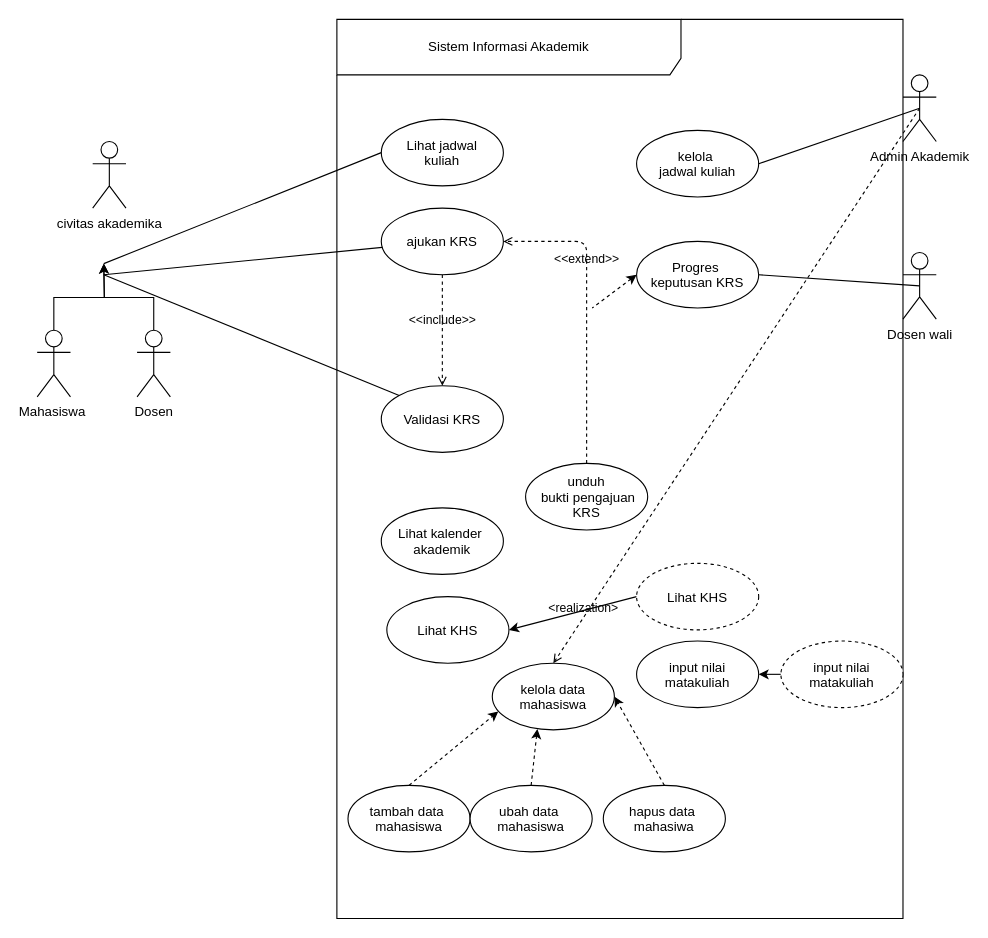
The draw.io diagram 03_latihan_tools/P04/SIA/P04_2406122_SIA_usecase.drawio in amel-imup/-IFRWP5149_2406122_LabAlat, before the edit. Source tidied: cells renumbered, new cells numbered last; positions are measured from the earlier drawing's top-left corner, leaving out a move shared by most shapes. Both pictures are drawn from the tidied source at 111%, with x=0, y=0 at pixel (37, 19).
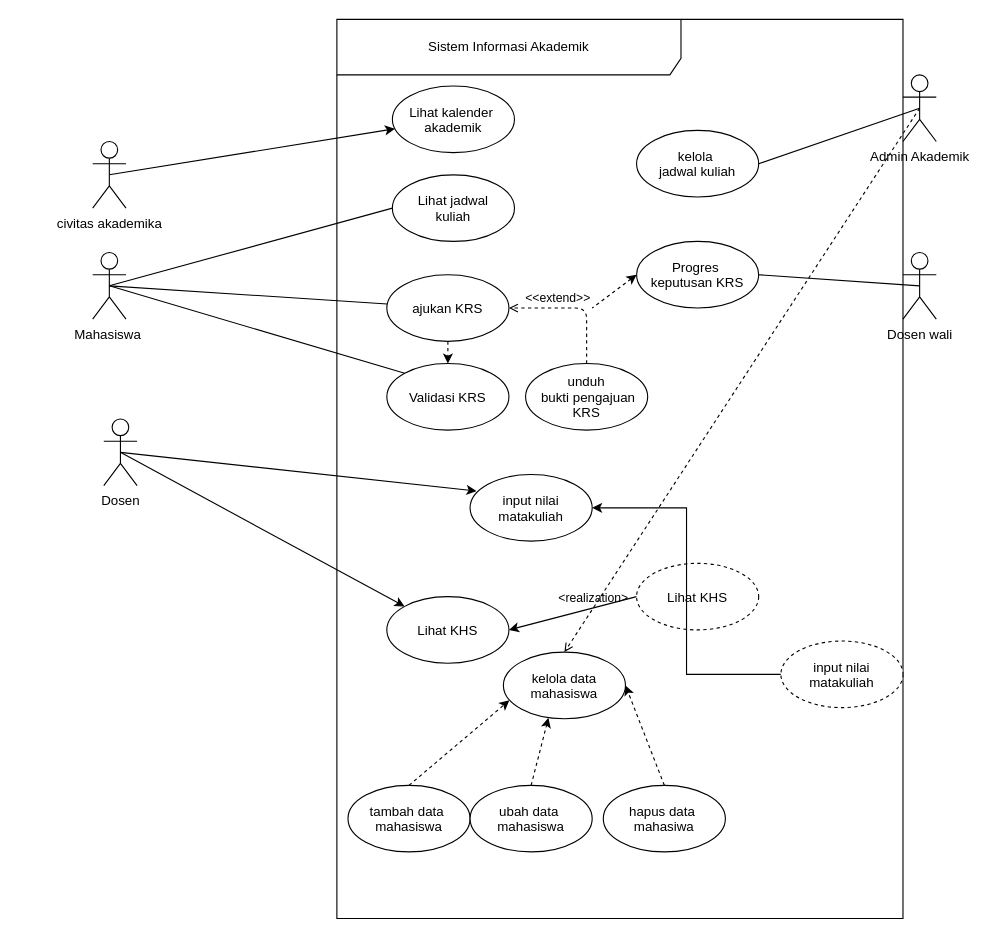
After the change.

The change refers to these unchanged cells:
```xml
<mxCell id="2" value="Sistem Informasi Akademik" style="shape=umlFrame;whiteSpace=wrap;html=1;width=310;height=50;" parent="1" vertex="1">
  <mxGeometry x="270" width="510" height="810" as="geometry" />
</mxCell>
<mxCell id="13" value="Lihat KHS" style="ellipse;" parent="2" vertex="1">
  <mxGeometry x="45" y="520" width="110" height="60" as="geometry" />
</mxCell>
<mxCell id="37" value="&lt;div&gt;civitas akademika&lt;/div&gt;" style="shape=umlActor;verticalLabelPosition=bottom;verticalAlign=top;html=1;outlineConnect=0;" parent="1" vertex="1">
  <mxGeometry x="50" y="110" width="30" height="60" as="geometry" />
</mxCell>
```

What changed in the source:
```diff
@@
     <mxCell id="3" value="Lihat jadwal&#10;kuliah" style="ellipse;" parent="2" vertex="1">
-      <mxGeometry x="40" y="90" width="110" height="60" as="geometry" />
+      <mxGeometry x="50" y="140" width="110" height="60" as="geometry" />
     </mxCell>
@@
+    <mxCell id="11" style="edgeStyle=none;html=1;exitX=0.5;exitY=1;exitDx=0;exitDy=0;entryX=0.5;entryY=0;entryDx=0;entryDy=0;dashed=1;" parent="2" edge="1" source="6" target="7">
+      <mxGeometry relative="1" as="geometry" />
+    </mxCell>
     <mxCell id="6" value="ajukan KRS" style="ellipse;" parent="2" vertex="1">
-      <mxGeometry x="40" y="170" width="110" height="60" as="geometry" />
+      <mxGeometry x="45" y="230" width="110" height="60" as="geometry" />
     </mxCell>
     <mxCell id="7" value="Validasi KRS" style="ellipse;" parent="2" vertex="1">
-      <mxGeometry x="40" y="330" width="110" height="60" as="geometry" />
+      <mxGeometry x="45" y="310" width="110" height="60" as="geometry" />
     </mxCell>
     <mxCell id="8" value="unduh&#10; bukti pengajuan&#10;KRS" style="ellipse;" parent="2" vertex="1">
-      <mxGeometry x="170" y="400" width="110" height="60" as="geometry" />
+      <mxGeometry x="170" y="310" width="110" height="60" as="geometry" />
     </mxCell>
@@
-    <mxCell id="11" value="&amp;lt;&amp;lt;include&amp;gt;&amp;gt;" style="html=1;verticalAlign=bottom;labelBackgroundColor=none;endArrow=open;endFill=0;dashed=1;exitX=0.5;exitY=1;exitDx=0;exitDy=0;entryX=0.5;entryY=0;entryDx=0;entryDy=0;" parent="2" edge="1" source="6" target="7">
-      <mxGeometry relative="1" as="geometry" />
-    </mxCell>
     <mxCell id="12" value="Lihat kalender &#10;akademik" style="ellipse;" parent="2" vertex="1">
-      <mxGeometry x="40" y="440" width="110" height="60" as="geometry" />
+      <mxGeometry x="50" y="60" width="110" height="60" as="geometry" />
     </mxCell>
@@
     <mxCell id="14" value="kelola data&#10;mahasiswa" style="ellipse;" parent="2" vertex="1">
-      <mxGeometry x="140" y="580" width="110" height="60" as="geometry" />
+      <mxGeometry x="150" y="570" width="110" height="60" as="geometry" />
     </mxCell>
@@
     <mxCell id="23" value="input nilai&#10;matakuliah" style="ellipse;" parent="2" vertex="1">
-      <mxGeometry x="270" y="560" width="110" height="60" as="geometry" />
+      <mxGeometry x="120" y="410" width="110" height="60" as="geometry" />
     </mxCell>
@@
-    <mxCell id="26" style="edgeStyle=none;html=1;entryX=0;entryY=0.5;entryDx=0;entryDy=0;endArrow=none;endFill=0;" parent="1" edge="1" target="3">
-      <mxGeometry relative="1" as="geometry">
-        <mxPoint x="60" y="220" as="sourcePoint" />
-      </mxGeometry>
+    <mxCell id="26" style="edgeStyle=none;html=1;entryX=0;entryY=0.5;entryDx=0;entryDy=0;endArrow=none;endFill=0;exitX=0.5;exitY=0.5;exitDx=0;exitDy=0;exitPerimeter=0;" parent="1" edge="1" source="36" target="3">
+      <mxGeometry relative="1" as="geometry" />
     </mxCell>
-    <mxCell id="27" style="edgeStyle=none;html=1;endArrow=none;endFill=0;" parent="1" edge="1" target="6">
-      <mxGeometry relative="1" as="geometry">
-        <mxPoint x="60" y="230" as="sourcePoint" />
-      </mxGeometry>
+    <mxCell id="27" style="edgeStyle=none;html=1;endArrow=none;endFill=0;exitX=0.5;exitY=0.5;exitDx=0;exitDy=0;exitPerimeter=0;" parent="1" edge="1" source="36" target="6">
+      <mxGeometry relative="1" as="geometry" />
     </mxCell>
-    <mxCell id="28" style="edgeStyle=none;html=1;entryX=0;entryY=0;entryDx=0;entryDy=0;endArrow=none;endFill=0;" parent="1" edge="1" target="7">
-      <mxGeometry relative="1" as="geometry">
-        <mxPoint x="60" y="230" as="sourcePoint" />
-      </mxGeometry>
+    <mxCell id="28" style="edgeStyle=none;html=1;entryX=0;entryY=0;entryDx=0;entryDy=0;endArrow=none;endFill=0;exitX=0.5;exitY=0.5;exitDx=0;exitDy=0;exitPerimeter=0;" parent="1" edge="1" source="36" target="7">
+      <mxGeometry relative="1" as="geometry" />
     </mxCell>
@@
-    <mxCell id="33" style="edgeStyle=orthogonalEdgeStyle;rounded=0;jettySize=auto;html=1;exitX=0.5;exitY=0;exitDx=0;exitDy=0;exitPerimeter=0;defaultLabelBackgroundColor=page;" parent="1" edge="1" source="34">
-      <mxGeometry relative="1" as="geometry">
-        <mxPoint x="60" y="220" as="targetPoint" />
-      </mxGeometry>
-    </mxCell>
+    <mxCell id="40" style="edgeStyle=none;html=1;exitX=0.5;exitY=0.5;exitDx=0;exitDy=0;exitPerimeter=0;" parent="1" edge="1" source="34" target="13">
+      <mxGeometry relative="1" as="geometry" />
+    </mxCell>
     <mxCell id="34" value="&lt;div&gt;Dosen&lt;/div&gt;" style="shape=umlActor;verticalLabelPosition=bottom;verticalAlign=top;html=1;outlineConnect=0;" parent="1" vertex="1">
-      <mxGeometry x="90" y="280" width="30" height="60" as="geometry" />
+      <mxGeometry x="60" y="360" width="30" height="60" as="geometry" />
     </mxCell>
-    <mxCell id="35" style="edgeStyle=orthogonalEdgeStyle;rounded=0;jettySize=auto;html=1;exitX=0.5;exitY=0;exitDx=0;exitDy=0;exitPerimeter=0;defaultLabelBackgroundColor=page;" parent="1" edge="1" source="36">
-      <mxGeometry relative="1" as="geometry">
-        <mxPoint x="60" y="220" as="targetPoint" />
-      </mxGeometry>
-    </mxCell>
-    <mxCell id="36" value="Mahasiswa&amp;nbsp;&lt;div&gt;&lt;br&gt;&lt;/div&gt;" style="shape=umlActor;verticalLabelPosition=bottom;verticalAlign=top;html=1;outlineConnect=0;" parent="1" vertex="1">
-      <mxGeometry y="280" width="30" height="60" as="geometry" />
-    </mxCell>
+    <mxCell id="41" style="edgeStyle=none;html=1;exitX=0.5;exitY=0.5;exitDx=0;exitDy=0;exitPerimeter=0;" parent="1" edge="1" source="37" target="12">
+      <mxGeometry relative="1" as="geometry" />
+    </mxCell>
@@
+    <mxCell id="42" style="edgeStyle=none;html=1;exitX=0.5;exitY=0.5;exitDx=0;exitDy=0;exitPerimeter=0;entryX=0.052;entryY=0.248;entryDx=0;entryDy=0;entryPerimeter=0;" parent="1" edge="1" source="34" target="23">
+      <mxGeometry relative="1" as="geometry" />
+    </mxCell>
+    <mxCell id="36" value="Mahasiswa&amp;nbsp;&lt;div&gt;&lt;br&gt;&lt;/div&gt;" style="shape=umlActor;verticalLabelPosition=bottom;verticalAlign=top;html=1;outlineConnect=0;" parent="1" vertex="1">
+      <mxGeometry x="50" y="210" width="30" height="60" as="geometry" />
+    </mxCell>
```
